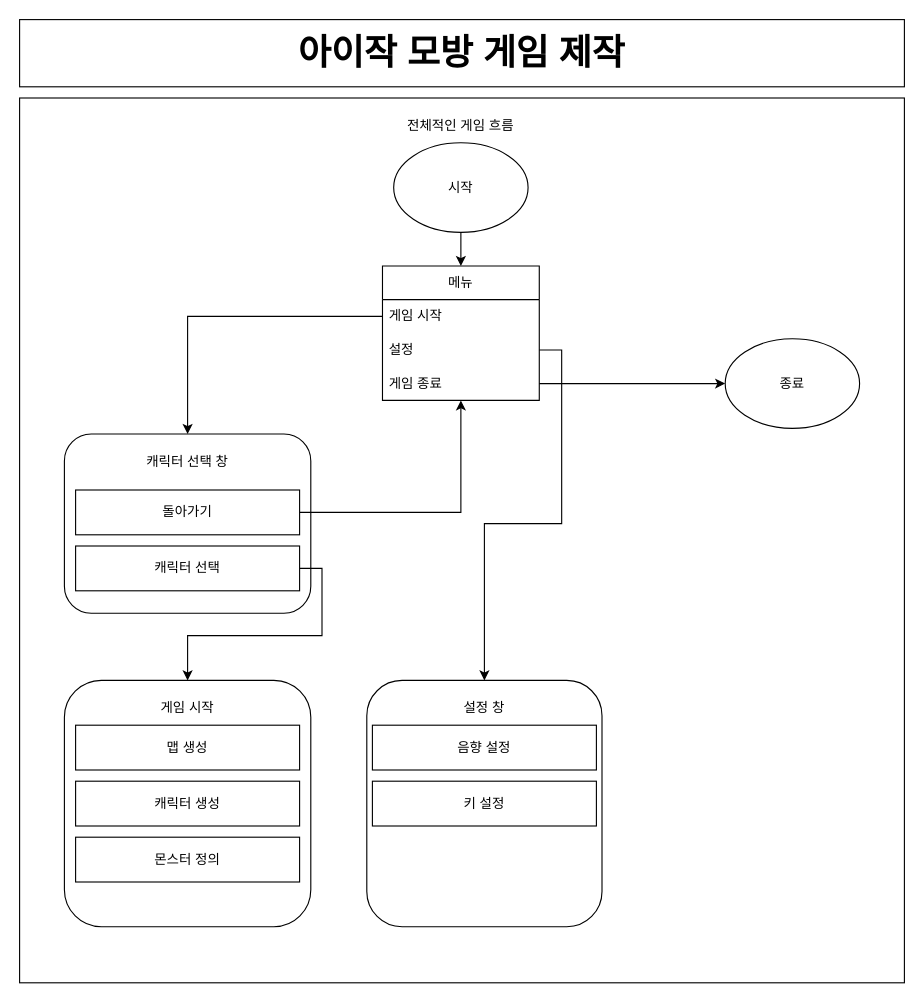
The draw.io diagram 게임구조 다이어그램.drawio in lattechicken999/IsaacCopy, before the edit. Source tidied: cells renumbered, new cells numbered last; positions are measured from the earlier drawing's top-left corner, leaving out a move shared by most shapes. Both pictures are drawn from the tidied source at 112%, with x=0, y=0 at pixel (19, 19).
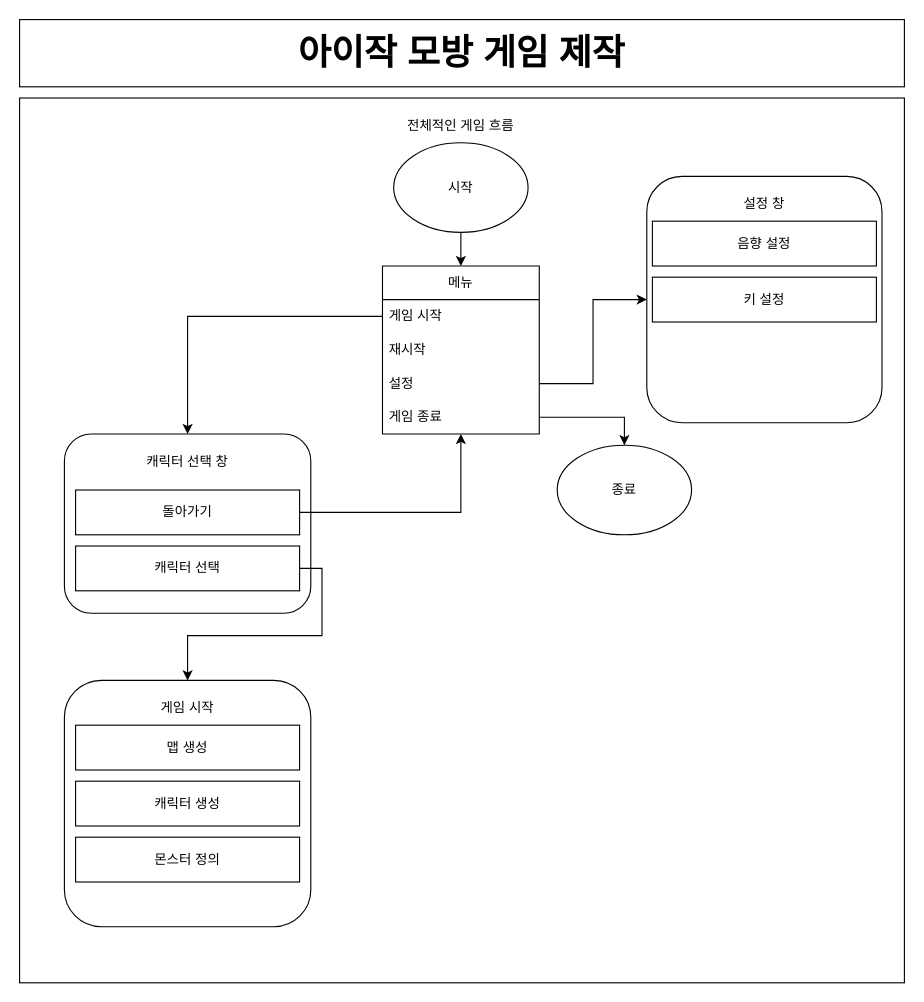
Above is the later version.

Change to the diagram source:
```diff
@@
     <mxCell id="7" value="메뉴" style="swimlane;fontStyle=0;horizontal=1;startSize=30;whiteSpace=wrap;html=1;" parent="1" vertex="1">
-      <mxGeometry x="324" y="220" width="140" height="120" as="geometry" />
+      <mxGeometry x="324" y="220" width="140" height="150" as="geometry" />
     </mxCell>
@@
+    <mxCell id="30" value="재시작" style="text;strokeColor=none;fillColor=none;align=left;verticalAlign=middle;spacingLeft=4;spacingRight=4;overflow=hidden;whiteSpace=wrap;html=1;" parent="7" vertex="1">
+      <mxGeometry y="60" width="140" height="30" as="geometry" />
+    </mxCell>
     <mxCell id="9" value="설정" style="text;strokeColor=none;fillColor=none;align=left;verticalAlign=middle;spacingLeft=4;spacingRight=4;overflow=hidden;points=[[0,0.5],[1,0.5]];portConstraint=eastwest;whiteSpace=wrap;html=1;" parent="7" vertex="1">
-      <mxGeometry y="60" width="140" height="30" as="geometry" />
+      <mxGeometry y="90" width="140" height="30" as="geometry" />
     </mxCell>
     <mxCell id="10" value="게임 종료" style="text;strokeColor=none;fillColor=none;align=left;verticalAlign=middle;spacingLeft=4;spacingRight=4;overflow=hidden;points=[[0,0.5],[1,0.5]];portConstraint=eastwest;whiteSpace=wrap;html=1;" parent="7" vertex="1">
-      <mxGeometry y="90" width="140" height="30" as="geometry" />
+      <mxGeometry y="120" width="140" height="30" as="geometry" />
     </mxCell>
@@
     <mxCell id="12" value="종료" style="ellipse;whiteSpace=wrap;html=1;" parent="1" vertex="1">
-      <mxGeometry x="630" y="285" width="120" height="80" as="geometry" />
+      <mxGeometry x="480" y="380" width="120" height="80" as="geometry" />
     </mxCell>
@@
     <mxCell id="25" style="rounded=1;whiteSpace=wrap;html=1;" parent="1" vertex="1">
-      <mxGeometry x="310" y="590" width="210" height="220" as="geometry" />
+      <mxGeometry x="560" y="140" width="210" height="220" as="geometry" />
     </mxCell>
     <mxCell id="26" value="설정 창" style="text;html=1;whiteSpace=wrap;strokeColor=none;fillColor=none;align=center;verticalAlign=middle;rounded=0;" parent="1" vertex="1">
-      <mxGeometry x="385" y="600" width="60" height="30" as="geometry" />
+      <mxGeometry x="635" y="150" width="60" height="30" as="geometry" />
     </mxCell>
     <mxCell id="27" value="음향 설정" style="rounded=0;whiteSpace=wrap;html=1;" parent="1" vertex="1">
-      <mxGeometry x="315" y="630" width="200" height="40" as="geometry" />
+      <mxGeometry x="565" y="180" width="200" height="40" as="geometry" />
     </mxCell>
     <mxCell id="28" value="키 설정" style="rounded=0;whiteSpace=wrap;html=1;" parent="1" vertex="1">
-      <mxGeometry x="315" y="680" width="200" height="40" as="geometry" />
+      <mxGeometry x="565" y="230" width="200" height="40" as="geometry" />
     </mxCell>
-    <mxCell id="29" style="edgeStyle=orthogonalEdgeStyle;rounded=0;jettySize=auto;html=1;exitX=1;exitY=0.5;exitDx=0;exitDy=0;entryX=0.5;entryY=0;entryDx=0;entryDy=0;" parent="1" edge="1" source="9" target="25">
+    <mxCell id="29" style="edgeStyle=orthogonalEdgeStyle;rounded=0;jettySize=auto;html=1;exitX=1;exitY=0.5;exitDx=0;exitDy=0;entryX=0;entryY=0.5;entryDx=0;entryDy=0;" parent="1" edge="1" source="9" target="25">
       <mxGeometry relative="1" as="geometry" />
     </mxCell>
```
